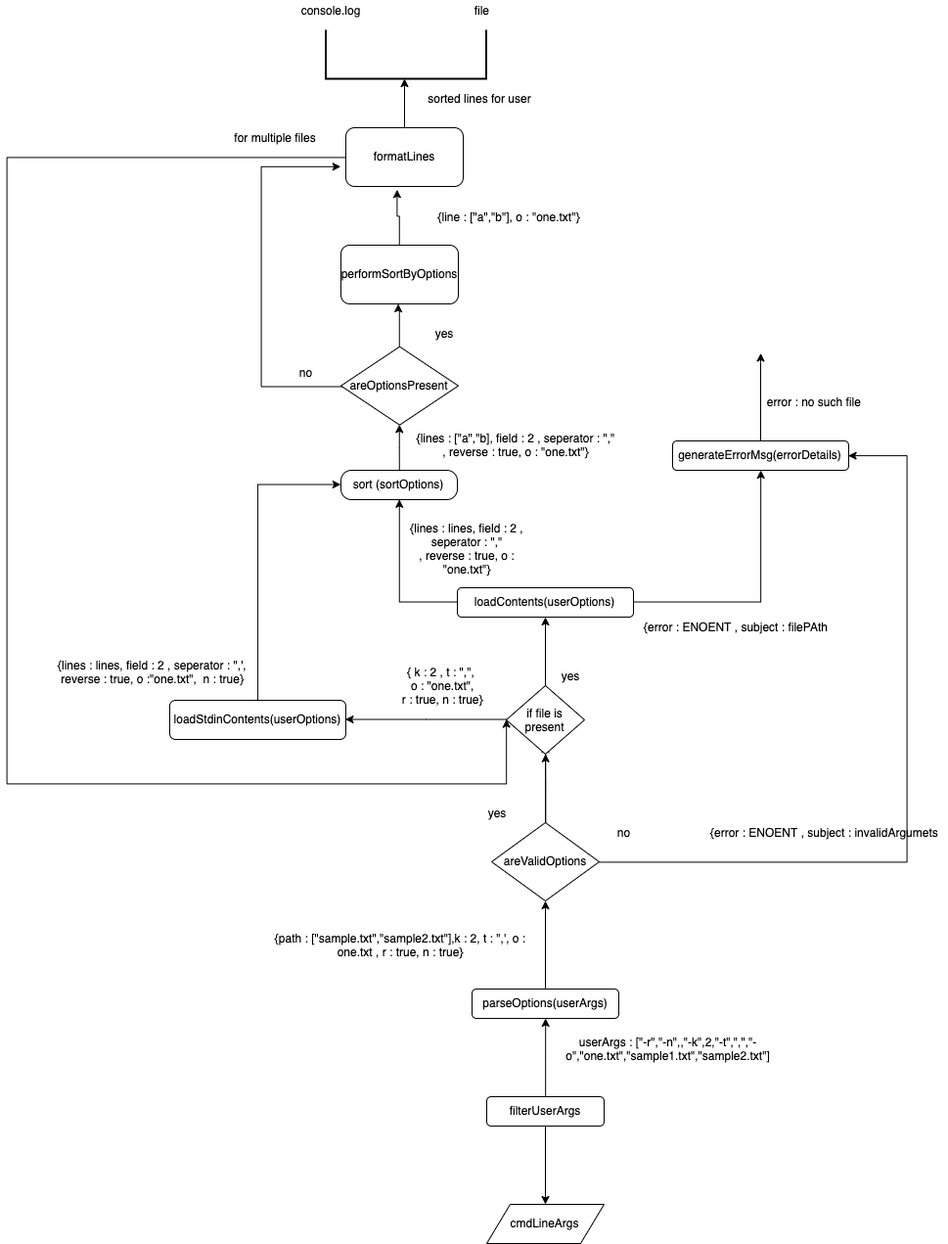
Above: docs/sort.js (1).png in step-batch-7/jsTools-anujachaitanya (draw.io), before the change. Source tidied: cells renumbered, new cells last; positions are measured from the earlier drawing's top-left corner, leaving out a move shared by most shapes.
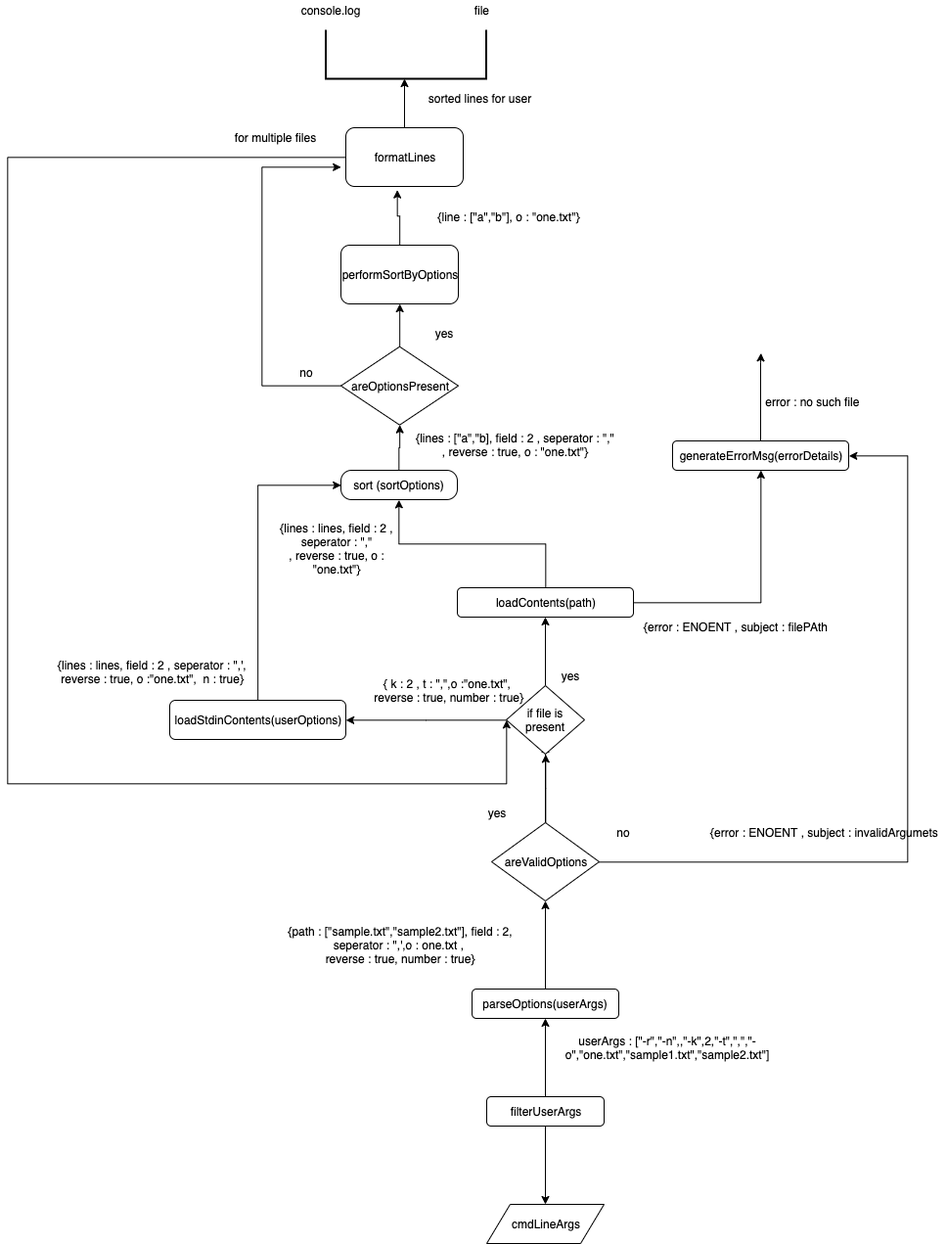
The same diagram one commit later.

Diff of the diagram source:
```diff
@@ -2,6 +2,9 @@
   <root>
     <mxCell id="0" />
     <mxCell id="1" parent="0" />
+    <mxCell id="32" value="generateErrorMsg(errorDetails)" style="rounded=1;whiteSpace=wrap;html=1;" parent="1" vertex="1">
+      <mxGeometry x="680" y="450" width="180" height="30" as="geometry" />
+    </mxCell>
     <mxCell id="2" style="edgeStyle=orthogonalEdgeStyle;rounded=0;jettySize=auto;html=1;entryX=0.5;entryY=1;entryDx=0;entryDy=0;" parent="1" edge="1" source="3" target="29">
       <mxGeometry relative="1" as="geometry" />
     </mxCell>
@@ -12,12 +15,12 @@
       <mxGeometry x="407" y="433.7" width="225" height="40" as="geometry" />
     </mxCell>
     <mxCell id="5" value="{lines : lines, field : 2 , seperator : &quot;,&quot;&lt;br&gt;, reverse : true, o : &quot;one.txt&quot;}" style="text;html=1;strokeColor=none;fillColor=none;align=center;verticalAlign=middle;whiteSpace=wrap;rounded=0;" parent="1" vertex="1">
-      <mxGeometry x="400" y="550" width="140" height="20" as="geometry" />
+      <mxGeometry x="267" y="550" width="140" height="20" as="geometry" />
     </mxCell>
     <mxCell id="6" style="edgeStyle=orthogonalEdgeStyle;rounded=0;jettySize=auto;html=1;entryX=0.5;entryY=1;entryDx=0;entryDy=0;" parent="1" edge="1" source="7" target="3">
       <mxGeometry relative="1" as="geometry" />
     </mxCell>
-    <mxCell id="7" value="loadContents(userOptions)" style="rounded=1;whiteSpace=wrap;html=1;" parent="1" vertex="1">
+    <mxCell id="7" value="loadContents(path)" style="rounded=1;whiteSpace=wrap;html=1;" parent="1" vertex="1">
       <mxGeometry x="460" y="600" width="180" height="30" as="geometry" />
     </mxCell>
     <mxCell id="8" value="error : no such file&amp;nbsp;" style="text;html=1;strokeColor=none;fillColor=none;align=center;verticalAlign=middle;whiteSpace=wrap;rounded=0;" parent="1" vertex="1">
@@ -31,7 +34,7 @@
     <mxCell id="10" value="parseOptions(userArgs)" style="rounded=1;whiteSpace=wrap;html=1;" parent="1" vertex="1">
       <mxGeometry x="475" y="1010" width="150" height="30" as="geometry" />
     </mxCell>
-    <mxCell id="11" value="{path : [&quot;sample.txt&quot;,&quot;sample2.txt&quot;],k : 2, t : &quot;,', o : one.txt , r : true, n : true}" style="text;html=1;strokeColor=none;fillColor=none;align=center;verticalAlign=middle;whiteSpace=wrap;rounded=0;" parent="1" vertex="1">
+    <mxCell id="11" value="{path : [&quot;sample.txt&quot;,&quot;sample2.txt&quot;], field : 2, seperator : &quot;,',o : one.txt , &lt;br&gt;reverse : true, number : true}" style="text;html=1;strokeColor=none;fillColor=none;align=center;verticalAlign=middle;whiteSpace=wrap;rounded=0;" parent="1" vertex="1">
       <mxGeometry x="264.5" y="940" width="275.5" height="50" as="geometry" />
     </mxCell>
     <mxCell id="12" style="edgeStyle=orthogonalEdgeStyle;rounded=0;jettySize=auto;html=1;" parent="1" edge="1" source="14" target="10">
@@ -55,8 +58,8 @@
     <mxCell id="18" value="loadStdinContents(userOptions)" style="rounded=1;whiteSpace=wrap;html=1;" parent="1" vertex="1">
       <mxGeometry x="166" y="715" width="180" height="40" as="geometry" />
     </mxCell>
-    <mxCell id="19" value="{ k : 2 , t : &quot;,&quot;,&lt;br&gt;&amp;nbsp;o : &quot;one.txt&quot;,&lt;br&gt;&amp;nbsp;r : true, n : true}" style="text;html=1;strokeColor=none;fillColor=none;align=center;verticalAlign=middle;whiteSpace=wrap;rounded=0;" parent="1" vertex="1">
-      <mxGeometry x="380" y="690" width="125.5" height="20" as="geometry" />
+    <mxCell id="19" value="{ k : 2 , t : &quot;,&quot;,o :&quot;one.txt&quot;,&lt;br&gt;&amp;nbsp;reverse : true, number : true}" style="text;html=1;strokeColor=none;fillColor=none;align=center;verticalAlign=middle;whiteSpace=wrap;rounded=0;" parent="1" vertex="1">
+      <mxGeometry x="346" y="695" width="205.5" height="20" as="geometry" />
     </mxCell>
     <mxCell id="20" value="&lt;span style=&quot;color: rgba(0 , 0 , 0 , 0) ; font-family: monospace ; font-size: 0px&quot;&gt;%3CmxGraphModel%3E%3Croot%3E%3CmxCell%20id%3D%220%22%2F%3E%3CmxCell%20id%3D%221%22%20parent%3D%220%22%2F%3E%3CmxCell%20id%3D%222%22%20value%3D%22%7Blines%20%3A%20lines%2C%20field%20%3A%202%20%2C%20seperator%20%3A%20%26quot%3B%2C'%7D%22%20style%3D%22text%3Bhtml%3D1%3BstrokeColor%3Dnone%3BfillColor%3Dnone%3Balign%3Dcenter%3BverticalAlign%3Dmiddle%3BwhiteSpace%3Dwrap%3Brounded%3D0%3B%22%20vertex%3D%221%22%20parent%3D%221%22%3E%3CmxGeometry%20x%3D%22630%22%20y%3D%22300%22%20width%3D%22140%22%20height%3D%2220%22%20as%3D%22geometry%22%2F%3E%3C%2FmxCell%3E%3C%2Froot%3E%3C%2FmxGraphModel%3E&lt;/span&gt;&lt;span style=&quot;color: rgba(0 , 0 , 0 , 0) ; font-family: monospace ; font-size: 0px&quot;&gt;%3CmxGraphModel%3E%3Croot%3E%3CmxCell%20id%3D%220%22%2F%3E%3CmxCell%20id%3D%221%22%20parent%3D%220%22%2F%3E%3CmxCell%20id%3D%222%22%20value%3D%22%7Blines%20%3A%20lines%2C%20field%20%3A%202%20%2C%20seperator%20%3A%20%26quot%3B%2C'%7D%22%20style%3D%22text%3Bhtml%3D1%3BstrokeColor%3Dnone%3BfillColor%3Dnone%3Balign%3Dcenter%3BverticalAlign%3Dmiddle%3BwhiteSpace%3Dwrap%3Brounded%3D0%3B%22%20vertex%3D%221%22%20parent%3D%221%22%3E%3CmxGeometry%20x%3D%22630%22%20y%3D%22300%22%20width%3D%22140%22%20height%3D%2220%22%20as%3D%22geometry%22%2F%3E%3C%2FmxCell%3E%3C%2Froot%3E%3C%2FmxGraphModel%3E&lt;/span&gt;" style="text;html=1;align=center;verticalAlign=middle;" parent="1" vertex="1">
       <mxGeometry x="346" y="211" width="20" height="20" as="geometry" />
@@ -110,9 +113,6 @@
         </Array>
       </mxGeometry>
     </mxCell>
-    <mxCell id="32" value="generateErrorMsg(errorDetails)" style="rounded=1;whiteSpace=wrap;html=1;" parent="1" vertex="1">
-      <mxGeometry x="680" y="450" width="180" height="30" as="geometry" />
-    </mxCell>
     <mxCell id="33" style="edgeStyle=orthogonalEdgeStyle;rounded=0;jettySize=auto;html=1;" parent="1" edge="1" source="7" target="32">
       <mxGeometry relative="1" as="geometry" />
     </mxCell>
```
